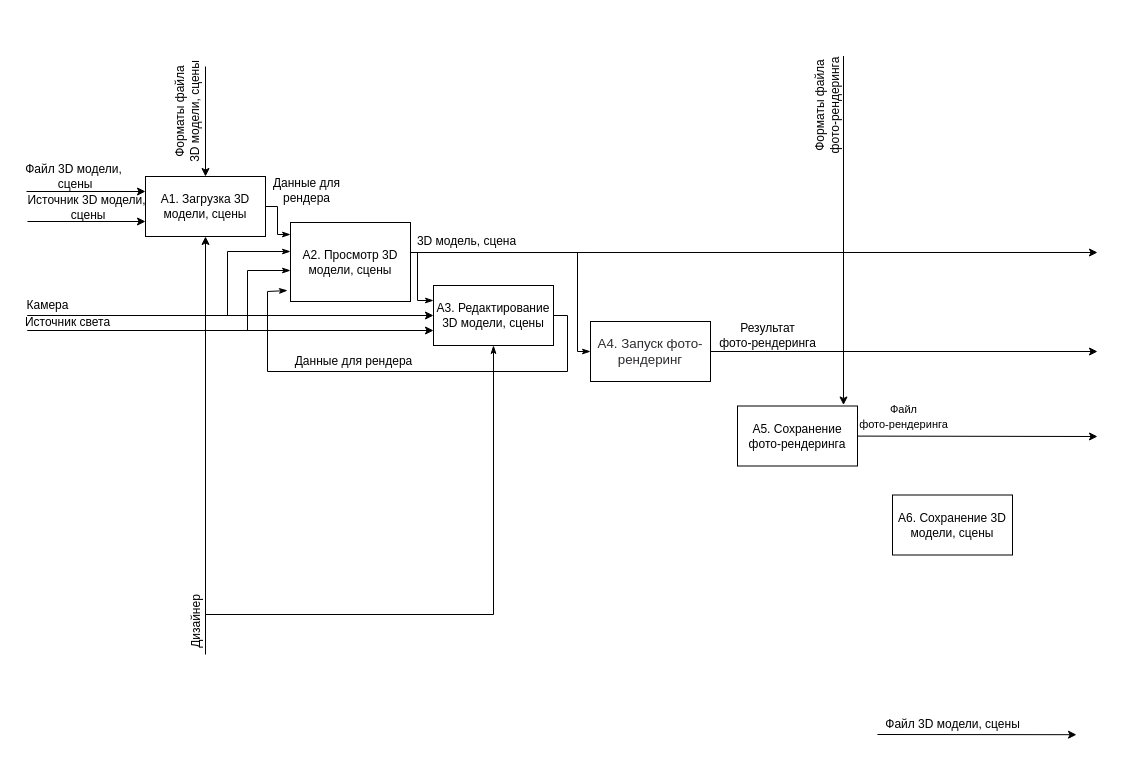
This is page "A0_Details" (2 of 3) of module_2/IDEF0.drawio from SheinEA/gb_architect, a draw.io file, before an edit. Source tidied: cells renumbered, new cells numbered last; positions are measured from the earlier drawing's top-left corner, leaving out a move shared by most shapes. Both pictures are drawn from the tidied source at 100%, with x=0, y=0 at pixel (17, 56).
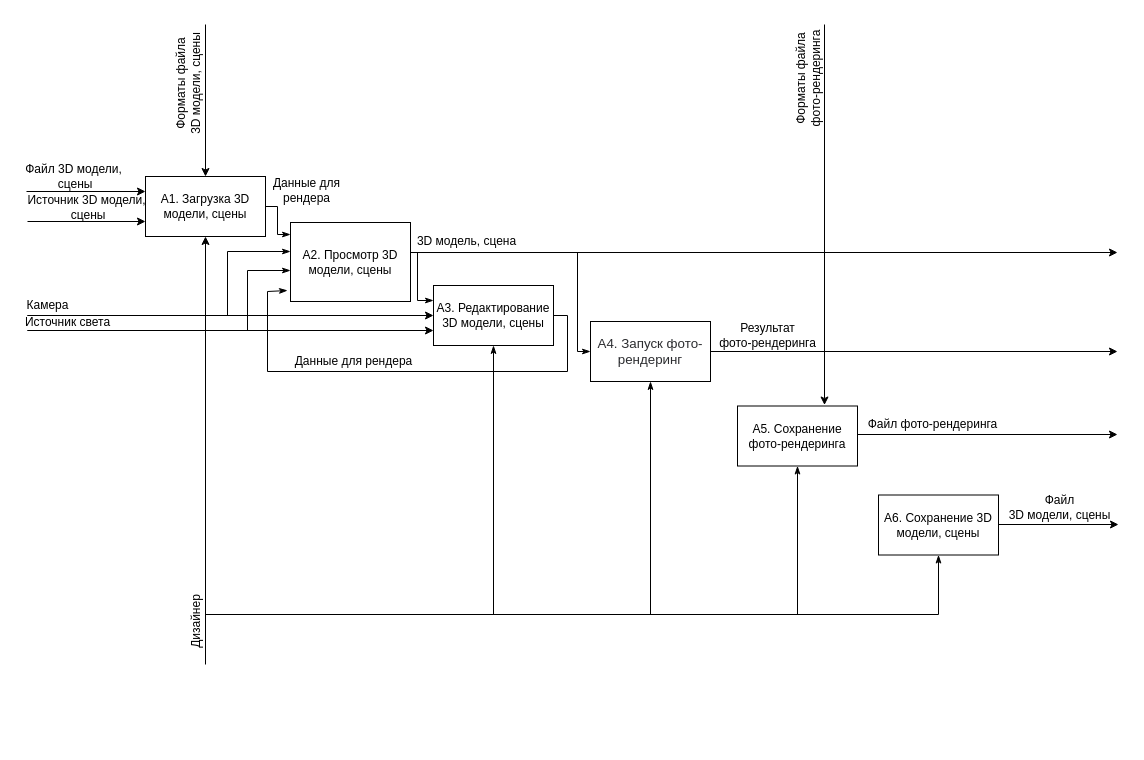
After the change.

Unchanged cells that the change refers to:
```xml
<mxCell id="25" value="&lt;span&gt;A1. Загрузка 3D модели, сцены&lt;/span&gt;" style="rounded=0;whiteSpace=wrap;html=1;" parent="1" vertex="1">
  <mxGeometry x="128" y="120" width="120" height="60" as="geometry" />
</mxCell>
<mxCell id="28" value="&lt;span&gt;A2.&amp;nbsp;&lt;/span&gt;Просмотр 3D модели, сцены" style="rounded=0;whiteSpace=wrap;html=1;" parent="1" vertex="1">
  <mxGeometry x="273" y="166" width="120" height="79" as="geometry" />
</mxCell>
<mxCell id="36" value="&lt;span style=&quot;color: rgb(44 , 45 , 48) ; font-family: &amp;#34;arial&amp;#34; ; font-size: 13.3333px&quot;&gt;A4. Запуск фото- рендеринг&lt;/span&gt;" style="rounded=0;whiteSpace=wrap;html=1;" parent="1" vertex="1">
  <mxGeometry x="573" y="265" width="120" height="60" as="geometry" />
</mxCell>
<mxCell id="38" value="A5. Сохранение фото-рендеринга" style="rounded=0;whiteSpace=wrap;html=1;" parent="1" vertex="1">
  <mxGeometry x="720" y="349.5" width="120" height="60" as="geometry" />
</mxCell>
```

The edit, as a diff of the source:
```diff
@@
     <mxCell id="4" style="endArrow=classic;html=1;exitX=1.008;exitY=0.38;exitDx=0;exitDy=0;exitPerimeter=0;" parent="1" edge="1" source="28">
       <mxGeometry relative="1" as="geometry">
-        <mxPoint x="1080" y="196" as="targetPoint" />
+        <mxPoint x="1100" y="196" as="targetPoint" />
       </mxGeometry>
     </mxCell>
@@
     <mxCell id="6" style="endArrow=classic;html=1;entryX=0.5;entryY=0;entryDx=0;entryDy=0;" parent="1" edge="1" target="25">
       <mxGeometry relative="1" as="geometry">
-        <mxPoint x="188" y="10" as="sourcePoint" />
+        <mxPoint x="188" y="-32" as="sourcePoint" />
       </mxGeometry>
     </mxCell>
     <mxCell id="7" value="Форматы файла&lt;br&gt;3D модели, сцены" style="text;html=1;align=center;verticalAlign=middle;strokeColor=none;rotation=-90;" parent="1" vertex="1">
-      <mxGeometry x="109.5" y="41" width="120" height="30" as="geometry" />
+      <mxGeometry x="110.5" y="13" width="120" height="30" as="geometry" />
     </mxCell>
     <mxCell id="8" style="endArrow=classic;html=1;" parent="1" edge="1" target="25">
       <mxGeometry relative="1" as="geometry">
-        <mxPoint x="188" y="595" as="sourcePoint" />
+        <mxPoint x="188" y="608" as="sourcePoint" />
       </mxGeometry>
     </mxCell>
@@
-    <mxCell id="10" style="endArrow=classic;html=1;entryX=-0.004;entryY=0.067;entryDx=0;entryDy=0;entryPerimeter=0;" parent="1" edge="1">
-      <mxGeometry relative="1" as="geometry">
-        <mxPoint x="860" y="678" as="sourcePoint" />
-        <mxPoint x="1059" y="678.2" as="targetPoint" />
-      </mxGeometry>
-    </mxCell>
-    <mxCell id="11" value="Файл 3D модели, сцены" style="text;html=1;align=center;verticalAlign=middle;strokeColor=none;" parent="1" vertex="1">
-      <mxGeometry x="860" y="658" width="150" height="20" as="geometry" />
+    <mxCell id="11" value="Файл &lt;br&gt;3D модели, сцены" style="text;html=1;align=center;verticalAlign=middle;strokeColor=none;" parent="1" vertex="1">
+      <mxGeometry x="982" y="436" width="120" height="30" as="geometry" />
     </mxCell>
-    <mxCell id="12" style="endArrow=classic;html=1;" parent="1" edge="1" source="36">
-      <mxGeometry relative="1" as="geometry">
-        <mxPoint x="1080" y="295" as="targetPoint" />
-      </mxGeometry>
-    </mxCell>
@@
-    <mxCell id="14" style="endArrow=classic;html=1;" parent="1" edge="1" source="38">
-      <mxGeometry relative="1" as="geometry">
-        <mxPoint x="1080" y="380" as="targetPoint" />
-      </mxGeometry>
-    </mxCell>
-    <mxCell id="15" value="&lt;font style=&quot;font-size: 11px&quot;&gt;Файл &lt;br&gt;фото-рендеринга&lt;/font&gt;" style="text;html=1;align=center;verticalAlign=middle;strokeColor=none;" parent="1" vertex="1">
-      <mxGeometry x="836" y="344.5" width="100" height="30" as="geometry" />
+    <mxCell id="15" value="&lt;font style=&quot;font-size: 12px&quot;&gt;Файл фото-рендеринга&lt;/font&gt;" style="text;html=1;align=center;verticalAlign=middle;strokeColor=none;" parent="1" vertex="1">
+      <mxGeometry x="840" y="358" width="150" height="20" as="geometry" />
     </mxCell>
     <mxCell id="16" style="endArrow=classic;html=1;" parent="1" edge="1">
       <mxGeometry relative="1" as="geometry">
-        <mxPoint x="826" y="-0.5" as="sourcePoint" />
-        <mxPoint x="826" y="348.5" as="targetPoint" />
+        <mxPoint x="807" y="-32" as="sourcePoint" />
+        <mxPoint x="807" y="348.5" as="targetPoint" />
       </mxGeometry>
     </mxCell>
     <mxCell id="17" value="Форматы файла &lt;br&gt;фото-рендеринга" style="text;html=1;align=center;verticalAlign=middle;strokeColor=none;rotation=-90;" parent="1" vertex="1">
-      <mxGeometry x="754" y="34.5" width="110" height="30" as="geometry" />
+      <mxGeometry x="735" y="7.5" width="110" height="30" as="geometry" />
     </mxCell>
@@
+    <mxCell id="39" style="edgeStyle=orthogonalEdgeStyle;rounded=0;jettySize=auto;html=1;" parent="1" edge="1" source="36">
+      <mxGeometry relative="1" as="geometry">
+        <mxPoint x="1100" y="295" as="targetPoint" />
+      </mxGeometry>
+    </mxCell>
@@
     <mxCell id="37" value="A6. Сохранение 3D модели, сцены" style="rounded=0;whiteSpace=wrap;html=1;" parent="1" vertex="1">
-      <mxGeometry x="875" y="438.5" width="120" height="60" as="geometry" />
+      <mxGeometry x="861" y="438.5" width="120" height="60" as="geometry" />
     </mxCell>
@@
+    <mxCell id="40" style="edgeStyle=orthogonalEdgeStyle;rounded=0;jettySize=auto;html=1;endArrow=classicThin;endFill=1;exitX=0.043;exitY=1.127;exitDx=0;exitDy=0;exitPerimeter=0;" parent="1" edge="1" target="38">
+      <mxGeometry relative="1" as="geometry">
+        <mxPoint x="188" y="598" as="sourcePoint" />
+        <Array as="points">
+          <mxPoint x="188" y="558" />
+          <mxPoint x="780" y="558" />
+        </Array>
+      </mxGeometry>
+    </mxCell>
+    <mxCell id="41" style="edgeStyle=orthogonalEdgeStyle;rounded=0;jettySize=auto;html=1;endArrow=classicThin;endFill=1;exitX=0.043;exitY=1.127;exitDx=0;exitDy=0;exitPerimeter=0;" parent="1" edge="1" target="37">
+      <mxGeometry relative="1" as="geometry">
+        <mxPoint x="188" y="598" as="sourcePoint" />
+        <Array as="points">
+          <mxPoint x="188" y="558" />
+          <mxPoint x="921" y="558" />
+        </Array>
+      </mxGeometry>
+    </mxCell>
+    <mxCell id="42" style="edgeStyle=orthogonalEdgeStyle;rounded=0;jettySize=auto;html=1;endArrow=classicThin;endFill=1;exitX=0.043;exitY=1.127;exitDx=0;exitDy=0;exitPerimeter=0;" parent="1" edge="1" target="36">
+      <mxGeometry relative="1" as="geometry">
+        <mxPoint x="188" y="598" as="sourcePoint" />
+        <Array as="points">
+          <mxPoint x="188" y="558" />
+          <mxPoint x="633" y="558" />
+        </Array>
+      </mxGeometry>
+    </mxCell>
+    <mxCell id="43" style="endArrow=classic;html=1;exitX=1.008;exitY=0.38;exitDx=0;exitDy=0;exitPerimeter=0;" parent="1" edge="1">
+      <mxGeometry relative="1" as="geometry">
+        <mxPoint x="840" y="378" as="sourcePoint" />
+        <mxPoint x="1100" y="378" as="targetPoint" />
+      </mxGeometry>
+    </mxCell>
+    <mxCell id="44" style="endArrow=classic;html=1;exitX=1.008;exitY=0.38;exitDx=0;exitDy=0;exitPerimeter=0;" parent="1" edge="1">
+      <mxGeometry relative="1" as="geometry">
+        <mxPoint x="981" y="468" as="sourcePoint" />
+        <mxPoint x="1101" y="468" as="targetPoint" />
+      </mxGeometry>
+    </mxCell>
```
